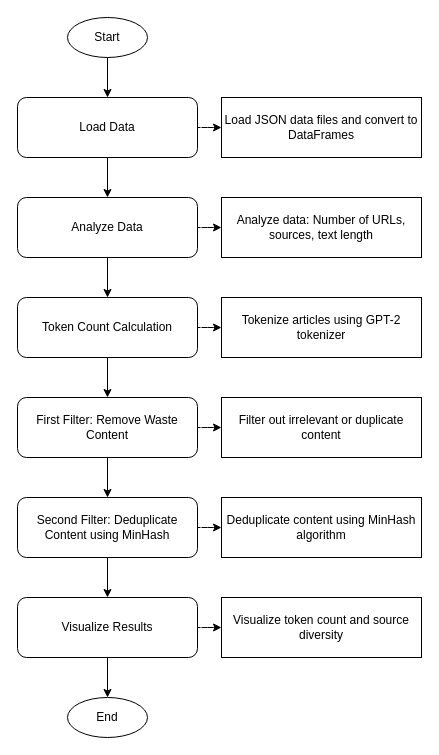
GabrielHAFs/elrond-dataset keeps this draw.io diagram as doc/filtering.drawio. Above is the earlier version. Source tidied: cells renumbered, new cells numbered last; positions are measured from the earlier drawing's top-left corner, leaving out a move shared by most shapes. Both pictures are drawn from the tidied source at 100%, with x=0, y=0 at pixel (17, 17).
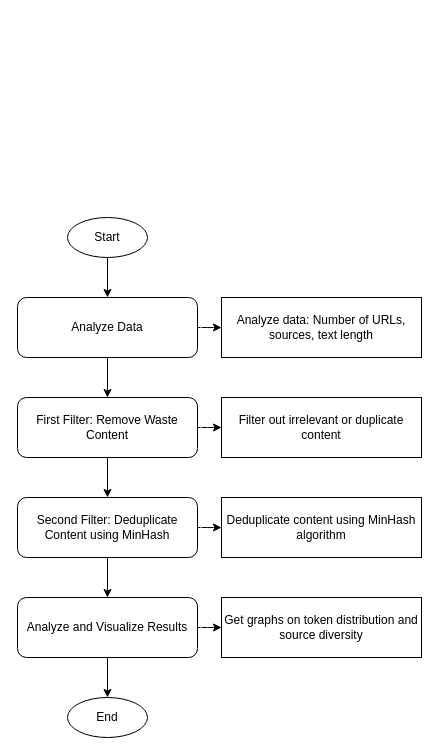
The same page after the edit.

Unchanged cells that the change refers to:
```xml
<mxCell id="6" value="First Filter: Remove Waste Content" style="rounded=1;whiteSpace=wrap;html=1;" parent="1" vertex="1">
  <mxGeometry y="380" width="180" height="60" as="geometry" />
</mxCell>
```

What changed in the source:
```diff
@@
+    <mxCell id="29" style="edgeStyle=orthogonalEdgeStyle;rounded=0;jettySize=auto;html=1;" parent="1" edge="1" source="2" target="4">
+      <mxGeometry relative="1" as="geometry" />
+    </mxCell>
     <mxCell id="2" value="Start" style="ellipse;whiteSpace=wrap;html=1;" parent="1" vertex="1">
-      <mxGeometry x="50" width="80" height="40" as="geometry" />
+      <mxGeometry x="50" y="200" width="80" height="40" as="geometry" />
     </mxCell>
-    <mxCell id="3" value="Load Data" style="rounded=1;whiteSpace=wrap;html=1;" parent="1" vertex="1">
-      <mxGeometry y="80" width="180" height="60" as="geometry" />
-    </mxCell>
+    <mxCell id="30" style="edgeStyle=orthogonalEdgeStyle;rounded=0;jettySize=auto;html=1;" parent="1" edge="1" source="4" target="6">
+      <mxGeometry relative="1" as="geometry" />
+    </mxCell>
     <mxCell id="4" value="Analyze Data" style="rounded=1;whiteSpace=wrap;html=1;" parent="1" vertex="1">
-      <mxGeometry y="180" width="180" height="60" as="geometry" />
+      <mxGeometry y="280" width="180" height="60" as="geometry" />
     </mxCell>
-    <mxCell id="5" value="Token Count Calculation" style="rounded=1;whiteSpace=wrap;html=1;" parent="1" vertex="1">
-      <mxGeometry y="280" width="180" height="60" as="geometry" />
-    </mxCell>
@@
-    <mxCell id="8" value="Visualize Results" style="rounded=1;whiteSpace=wrap;html=1;" parent="1" vertex="1">
+    <mxCell id="8" value="Analyze and Visualize Results" style="rounded=1;whiteSpace=wrap;html=1;" parent="1" vertex="1">
       <mxGeometry y="580" width="180" height="60" as="geometry" />
     </mxCell>
@@
-    <mxCell id="10" style="edgeStyle=orthogonalEdgeStyle;rounded=0;jettySize=auto;html=1;exitX=0.5;exitY=1;exitDx=0;exitDy=0;entryX=0.5;entryY=0;entryDx=0;entryDy=0;" parent="1" edge="1" source="2" target="3">
-      <mxGeometry relative="1" as="geometry" />
-    </mxCell>
-    <mxCell id="11" style="edgeStyle=orthogonalEdgeStyle;rounded=0;jettySize=auto;html=1;exitX=0.5;exitY=1;exitDx=0;exitDy=0;entryX=0.5;entryY=0;entryDx=0;entryDy=0;" parent="1" edge="1" source="3" target="4">
-      <mxGeometry relative="1" as="geometry" />
-    </mxCell>
-    <mxCell id="12" style="edgeStyle=orthogonalEdgeStyle;rounded=0;jettySize=auto;html=1;exitX=0.5;exitY=1;exitDx=0;exitDy=0;entryX=0.5;entryY=0;entryDx=0;entryDy=0;" parent="1" edge="1" source="4" target="5">
-      <mxGeometry relative="1" as="geometry" />
-    </mxCell>
-    <mxCell id="13" style="edgeStyle=orthogonalEdgeStyle;rounded=0;jettySize=auto;html=1;exitX=0.5;exitY=1;exitDx=0;exitDy=0;entryX=0.5;entryY=0;entryDx=0;entryDy=0;" parent="1" edge="1" source="5" target="6">
-      <mxGeometry relative="1" as="geometry" />
-    </mxCell>
@@
-    <mxCell id="17" value="Load JSON data files and convert to DataFrames" style="note;whiteSpace=wrap;html=1;" parent="1" vertex="1">
-      <mxGeometry x="204" y="80" width="200" height="60" as="geometry" />
-    </mxCell>
     <mxCell id="18" value="Analyze data: Number of URLs, sources, text length" style="note;whiteSpace=wrap;html=1;" parent="1" vertex="1">
-      <mxGeometry x="204" y="180" width="200" height="60" as="geometry" />
+      <mxGeometry x="204" y="280" width="200" height="60" as="geometry" />
     </mxCell>
-    <mxCell id="19" value="Tokenize articles using GPT-2 tokenizer" style="note;whiteSpace=wrap;html=1;" parent="1" vertex="1">
-      <mxGeometry x="204" y="280" width="200" height="60" as="geometry" />
-    </mxCell>
@@
-    <mxCell id="22" value="Visualize token count and source diversity" style="note;whiteSpace=wrap;html=1;" parent="1" vertex="1">
+    <mxCell id="22" value="Get graphs on token distribution and source diversity" style="note;whiteSpace=wrap;html=1;" parent="1" vertex="1">
       <mxGeometry x="204" y="580" width="200" height="60" as="geometry" />
     </mxCell>
-    <mxCell id="23" style="edgeStyle=orthogonalEdgeStyle;rounded=0;jettySize=auto;html=1;dashed=1;" parent="1" edge="1" source="3" target="17">
-      <mxGeometry relative="1" as="geometry" />
-    </mxCell>
@@
-    <mxCell id="25" style="edgeStyle=orthogonalEdgeStyle;rounded=0;jettySize=auto;html=1;dashed=1;" parent="1" edge="1" source="5" target="19">
-      <mxGeometry relative="1" as="geometry" />
-    </mxCell>
```
